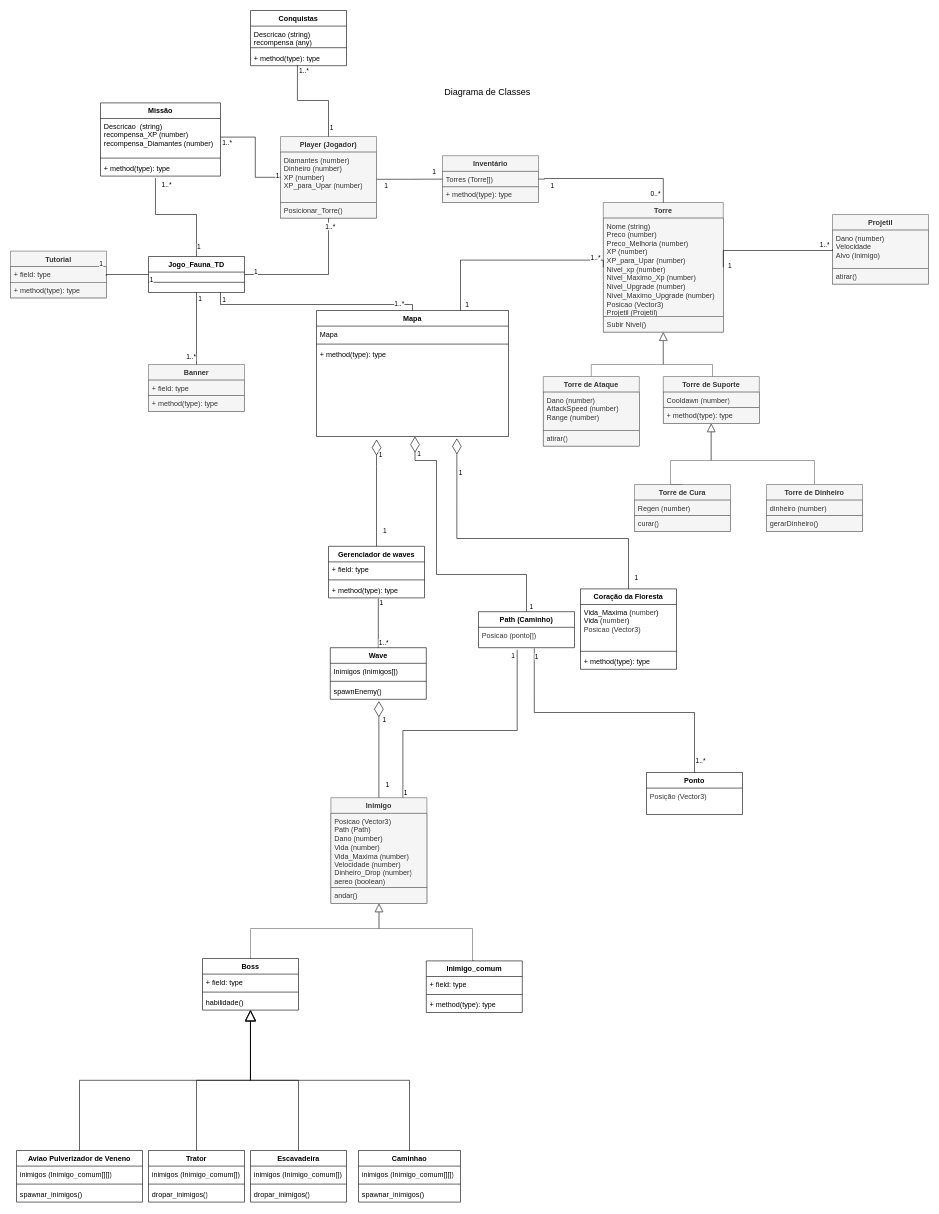
Earlier version of the draw.io diagram Diagrama de Classes.drawio (DEV-0ne-Jao/Projeto-Integrador). Source tidied: cells renumbered, new cells numbered last; positions are measured from the earlier drawing's top-left corner, leaving out a move shared by most shapes. Both pictures are drawn from the tidied source at 60%, with x=0, y=0 at pixel (10, 10).
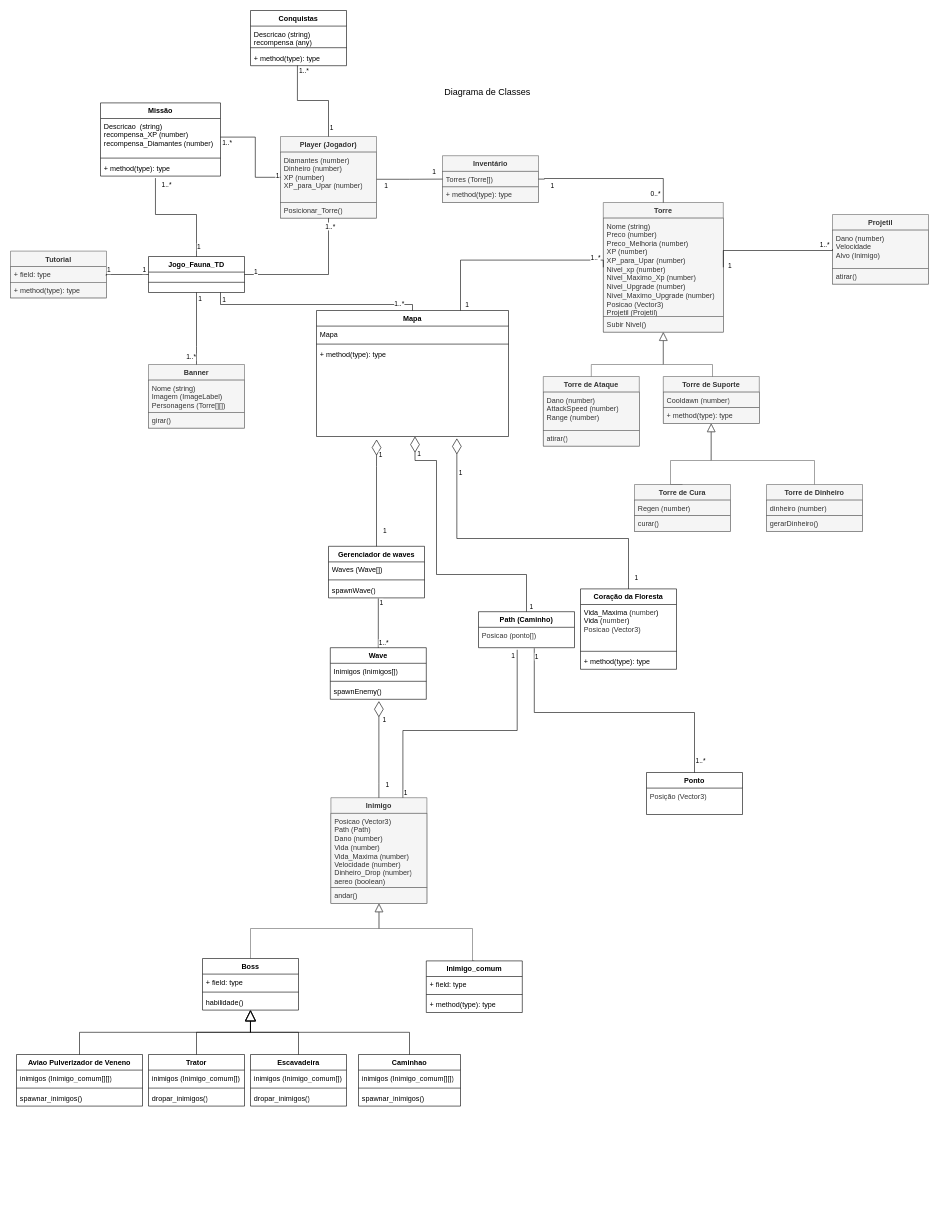
The same diagram, later.

Unchanged cells that the change refers to:
```xml
<mxCell id="52" value="Gerenciador de waves" style="swimlane;fontStyle=1;align=center;verticalAlign=top;horizontal=1;startSize=26;whiteSpace=wrap;html=1;" parent="1" vertex="1">
  <mxGeometry x="530" y="893" width="160" height="86" as="geometry" />
</mxCell>
<mxCell id="127" style="endArrow=none;html=1;edgeStyle=orthogonalEdgeStyle;rounded=0;exitX=0.996;exitY=0.574;exitDx=0;exitDy=0;entryX=0;entryY=0.5;entryDx=0;entryDy=0;exitPerimeter=0;" parent="1" edge="1" source="125" target="35">
  <mxGeometry relative="1" as="geometry">
    <Array as="points">
      <mxPoint x="159" y="440" />
    </Array>
  </mxGeometry>
</mxCell>
```

Diff of the diagram source:
```diff
@@
     <mxCell id="9" value="Banner" style="swimlane;fontStyle=1;align=center;verticalAlign=top;horizontal=1;startSize=26;whiteSpace=wrap;html=1;fillColor=#f5f5f5;fontColor=#333333;strokeColor=#666666;" parent="1" vertex="1">
-      <mxGeometry x="230" y="590" width="160" height="78" as="geometry" />
+      <mxGeometry x="230" y="590" width="160" height="106" as="geometry" />
     </mxCell>
-    <mxCell id="10" value="+ field: type" style="text;strokeColor=#666666;fillColor=#f5f5f5;align=left;verticalAlign=top;spacingLeft=4;spacingRight=4;overflow=hidden;whiteSpace=wrap;html=1;fontColor=#333333;" parent="9" vertex="1">
-      <mxGeometry y="26" width="160" height="26" as="geometry" />
+    <mxCell id="10" value="&lt;div&gt;Nome (string)&lt;/div&gt;Imagem (ImageLabel)&lt;div&gt;Personagens (Torre[][])&lt;/div&gt;" style="text;strokeColor=#666666;fillColor=#f5f5f5;align=left;verticalAlign=top;spacingLeft=4;spacingRight=4;overflow=hidden;whiteSpace=wrap;html=1;fontColor=#333333;" parent="9" vertex="1">
+      <mxGeometry y="26" width="160" height="54" as="geometry" />
     </mxCell>
-    <mxCell id="11" value="+ method(type): type" style="text;strokeColor=#666666;fillColor=#f5f5f5;align=left;verticalAlign=top;spacingLeft=4;spacingRight=4;overflow=hidden;whiteSpace=wrap;html=1;fontColor=#333333;" parent="9" vertex="1">
-      <mxGeometry y="52" width="160" height="26" as="geometry" />
+    <mxCell id="11" value="girar()" style="text;strokeColor=#666666;fillColor=#f5f5f5;align=left;verticalAlign=top;spacingLeft=4;spacingRight=4;overflow=hidden;whiteSpace=wrap;html=1;fontColor=#333333;" parent="9" vertex="1">
+      <mxGeometry y="80" width="160" height="26" as="geometry" />
     </mxCell>
@@
-    <mxCell id="53" value="+ field: type" style="text;strokeColor=none;fillColor=none;align=left;verticalAlign=top;spacingLeft=4;spacingRight=4;overflow=hidden;whiteSpace=wrap;html=1;" parent="52" vertex="1">
+    <mxCell id="53" value="Waves (Wave[])" style="text;strokeColor=none;fillColor=none;align=left;verticalAlign=top;spacingLeft=4;spacingRight=4;overflow=hidden;whiteSpace=wrap;html=1;" parent="52" vertex="1">
       <mxGeometry y="26" width="160" height="26" as="geometry" />
     </mxCell>
@@
-    <mxCell id="55" value="+ method(type): type" style="text;strokeColor=none;fillColor=none;align=left;verticalAlign=top;spacingLeft=4;spacingRight=4;overflow=hidden;points=[[0,0.5],[1,0.5]];portConstraint=eastwest;whiteSpace=wrap;html=1;" parent="52" vertex="1">
+    <mxCell id="55" value="spawnWave()" style="text;strokeColor=none;fillColor=none;align=left;verticalAlign=top;spacingLeft=4;spacingRight=4;overflow=hidden;points=[[0,0.5],[1,0.5]];portConstraint=eastwest;whiteSpace=wrap;html=1;" parent="52" vertex="1">
       <mxGeometry y="60" width="160" height="26" as="geometry" />
     </mxCell>
@@
     <mxCell id="88" value="Trator" style="swimlane;fontStyle=1;align=center;verticalAlign=top;horizontal=1;startSize=26;whiteSpace=wrap;html=1;" parent="1" vertex="1">
-      <mxGeometry x="230" y="1900" width="160" height="86" as="geometry" />
+      <mxGeometry x="230" y="1740" width="160" height="86" as="geometry" />
     </mxCell>
@@
     <mxCell id="96" value="Escavadeira" style="swimlane;fontStyle=1;align=center;verticalAlign=top;horizontal=1;startSize=26;whiteSpace=wrap;html=1;" parent="1" vertex="1">
-      <mxGeometry x="400" y="1900" width="160" height="86" as="geometry" />
+      <mxGeometry x="400" y="1740" width="160" height="86" as="geometry" />
     </mxCell>
@@
     <mxCell id="100" value="Aviao Pulverizador de Veneno" style="swimlane;fontStyle=1;align=center;verticalAlign=top;horizontal=1;startSize=26;whiteSpace=wrap;html=1;" parent="1" vertex="1">
-      <mxGeometry x="10" y="1900" width="210" height="86" as="geometry" />
+      <mxGeometry x="10" y="1740" width="210" height="86" as="geometry" />
     </mxCell>
@@
     <mxCell id="104" value="Caminhao" style="swimlane;fontStyle=1;align=center;verticalAlign=top;horizontal=1;startSize=26;whiteSpace=wrap;html=1;" parent="1" vertex="1">
-      <mxGeometry x="580" y="1900" width="170" height="86" as="geometry" />
+      <mxGeometry x="580" y="1740" width="170" height="86" as="geometry" />
     </mxCell>
@@
     <mxCell id="128" value="1" style="edgeLabel;html=1;align=center;verticalAlign=middle;" parent="127" vertex="1">
       <mxGeometry x="0.98" relative="1" as="geometry">
-        <mxPoint x="5" y="8" as="offset" />
+        <mxPoint x="-7" y="-8" as="offset" />
       </mxGeometry>
     </mxCell>
     <mxCell id="129" value="1" style="edgeLabel;html=1;align=center;verticalAlign=middle;" parent="127" vertex="1">
       <mxGeometry x="-0.88" y="-2" relative="1" as="geometry">
-        <mxPoint x="-11" y="-21" as="offset" />
+        <mxPoint x="2" y="-10" as="offset" />
       </mxGeometry>
     </mxCell>
```
